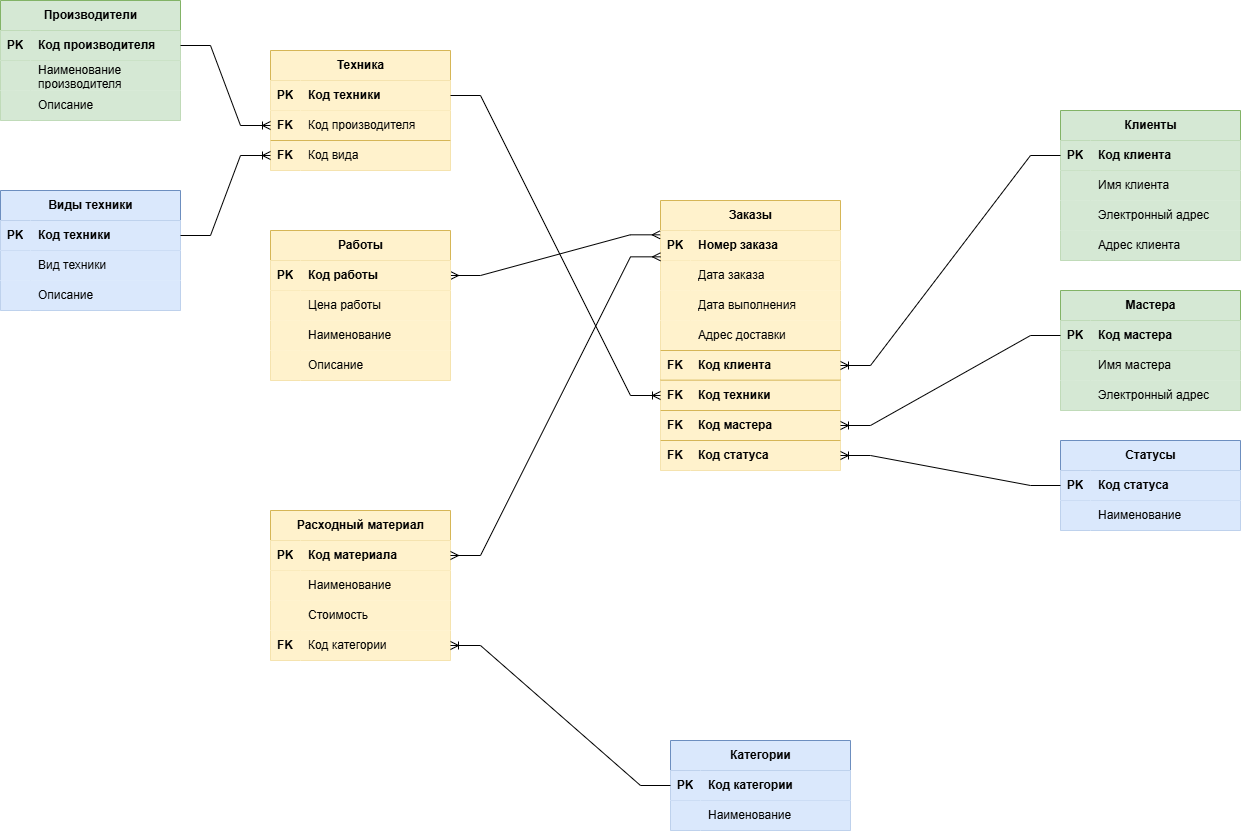
Before: logical.png, a diagram exported from draw.io (idBulenkoIvan/database_design). Source tidied: cells renumbered, new cells last; positions are measured from the earlier drawing's top-left corner, leaving out a move shared by most shapes.
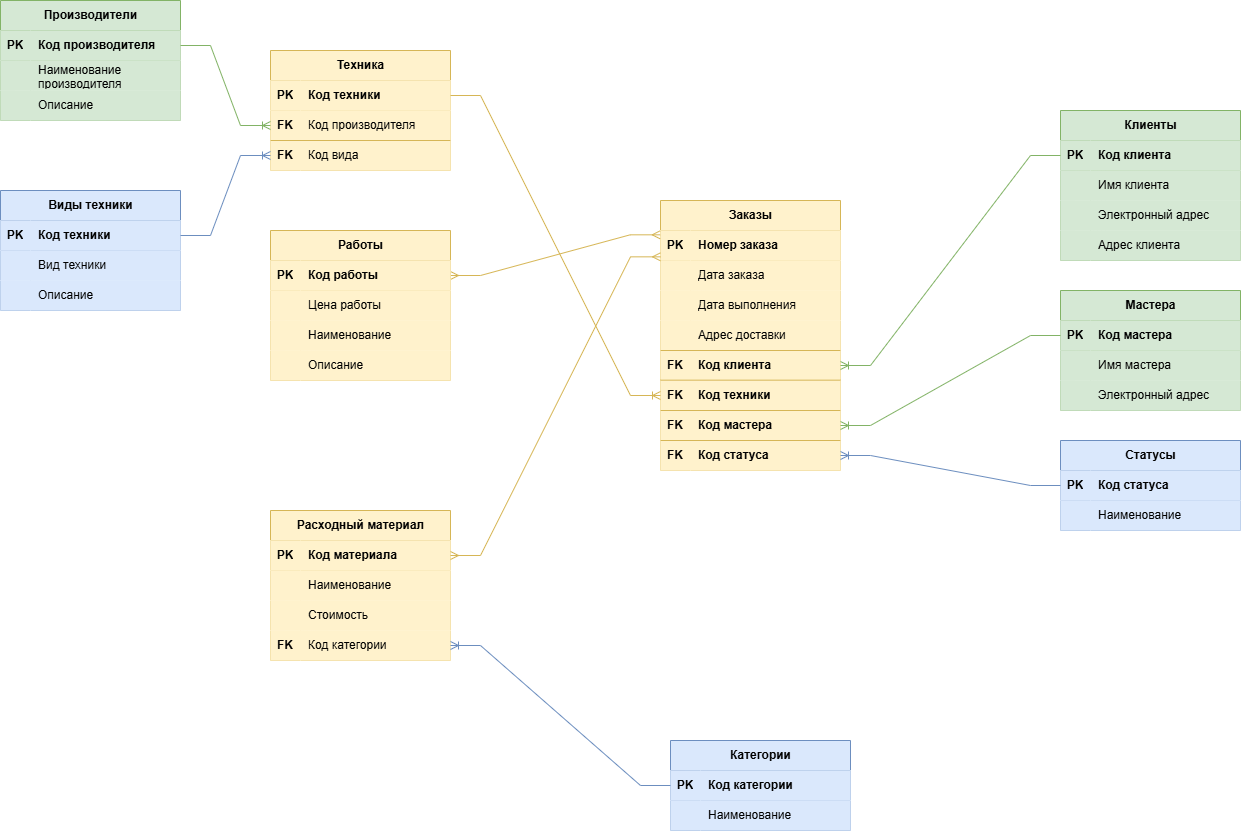
Above is the later version.

The edit, as a diff of the source:
```diff
@@ -173,13 +173,13 @@
     <mxCell id="57" value="Наименование" style="shape=partialRectangle;fillColor=#dae8fc;top=0;left=0;bottom=0;right=0;align=left;spacingLeft=6;overflow=hidden;whiteSpace=wrap;html=1;strokeColor=#6c8ebf;" parent="55" vertex="1">
       <mxGeometry x="30" width="150" height="30" as="geometry" />
     </mxCell>
-    <mxCell id="58" style="edgeStyle=entityRelationEdgeStyle;fontSize=12;html=1;endArrow=ERoneToMany;rounded=0;entryX=1;entryY=0.5;entryDx=0;entryDy=0;exitX=0;exitY=0.5;exitDx=0;exitDy=0;" parent="1" edge="1" source="52" target="24">
+    <mxCell id="58" style="edgeStyle=entityRelationEdgeStyle;fontSize=12;html=1;endArrow=ERoneToMany;rounded=0;entryX=1;entryY=0.5;entryDx=0;entryDy=0;exitX=0;exitY=0.5;exitDx=0;exitDy=0;fillColor=#dae8fc;strokeColor=#6c8ebf;" parent="1" edge="1" source="52" target="24">
       <mxGeometry relative="1" as="geometry" />
     </mxCell>
-    <mxCell id="59" style="edgeStyle=entityRelationEdgeStyle;fontSize=12;html=1;endArrow=ERoneToMany;rounded=0;exitX=0;exitY=0.5;exitDx=0;exitDy=0;entryX=1;entryY=0.5;entryDx=0;entryDy=0;" parent="1" edge="1" source="29" target="15">
+    <mxCell id="59" style="edgeStyle=entityRelationEdgeStyle;fontSize=12;html=1;endArrow=ERoneToMany;rounded=0;exitX=0;exitY=0.5;exitDx=0;exitDy=0;entryX=1;entryY=0.5;entryDx=0;entryDy=0;fillColor=#d5e8d4;strokeColor=#82b366;" parent="1" edge="1" source="29" target="15">
       <mxGeometry relative="1" as="geometry" />
     </mxCell>
-    <mxCell id="60" style="edgeStyle=entityRelationEdgeStyle;fontSize=12;html=1;endArrow=ERoneToMany;rounded=0;exitX=0;exitY=0.5;exitDx=0;exitDy=0;entryX=1;entryY=0.5;entryDx=0;entryDy=0;" parent="1" edge="1" source="42" target="21">
+    <mxCell id="60" style="edgeStyle=entityRelationEdgeStyle;fontSize=12;html=1;endArrow=ERoneToMany;rounded=0;exitX=0;exitY=0.5;exitDx=0;exitDy=0;entryX=1;entryY=0.5;entryDx=0;entryDy=0;fillColor=#d5e8d4;strokeColor=#82b366;" parent="1" edge="1" source="42" target="21">
       <mxGeometry relative="1" as="geometry" />
     </mxCell>
     <mxCell id="61" value="Техника" style="shape=table;startSize=30;rowLines=0;fontStyle=1;align=center;html=1;fillColor=#fff2cc;strokeColor=#d6b656;" parent="1" vertex="1">
@@ -212,7 +212,7 @@
     <mxCell id="70" value="Код вида" style="shape=partialRectangle;fillColor=#fff2cc;top=0;left=0;bottom=0;right=0;align=left;spacingLeft=6;overflow=hidden;whiteSpace=wrap;html=1;strokeColor=#d6b656;" parent="68" vertex="1">
       <mxGeometry x="30" width="150" height="30" as="geometry" />
     </mxCell>
-    <mxCell id="71" style="edgeStyle=entityRelationEdgeStyle;fontSize=12;html=1;endArrow=ERoneToMany;rounded=0;exitX=1;exitY=0.5;exitDx=0;exitDy=0;entryX=0;entryY=0.5;entryDx=0;entryDy=0;" parent="1" edge="1" source="62" target="18">
+    <mxCell id="71" style="edgeStyle=entityRelationEdgeStyle;fontSize=12;html=1;endArrow=ERoneToMany;rounded=0;exitX=1;exitY=0.5;exitDx=0;exitDy=0;entryX=0;entryY=0.5;entryDx=0;entryDy=0;fillColor=#fff2cc;strokeColor=#d6b656;" parent="1" edge="1" source="62" target="18">
       <mxGeometry relative="1" as="geometry" />
     </mxCell>
     <mxCell id="72" value="Производители" style="shape=table;startSize=30;rowLines=0;fontStyle=1;align=center;html=1;fillColor=#d5e8d4;strokeColor=#82b366;" parent="1" vertex="1">
@@ -245,7 +245,7 @@
     <mxCell id="81" value="Описание" style="shape=partialRectangle;fillColor=#d5e8d4;top=0;left=0;bottom=0;right=0;align=left;spacingLeft=6;overflow=hidden;whiteSpace=wrap;html=1;strokeColor=#82b366;" parent="79" vertex="1">
       <mxGeometry x="30" width="150" height="30" as="geometry" />
     </mxCell>
-    <mxCell id="82" style="edgeStyle=entityRelationEdgeStyle;fontSize=12;html=1;endArrow=ERoneToMany;rounded=0;exitX=1;exitY=0.5;exitDx=0;exitDy=0;entryX=0;entryY=0.5;entryDx=0;entryDy=0;" parent="1" edge="1" source="73" target="65">
+    <mxCell id="82" style="edgeStyle=entityRelationEdgeStyle;fontSize=12;html=1;endArrow=ERoneToMany;rounded=0;exitX=1;exitY=0.5;exitDx=0;exitDy=0;entryX=0;entryY=0.5;entryDx=0;entryDy=0;fillColor=#d5e8d4;strokeColor=#82b366;" parent="1" edge="1" source="73" target="65">
       <mxGeometry relative="1" as="geometry" />
     </mxCell>
     <mxCell id="83" value="Виды техники" style="shape=table;startSize=30;rowLines=0;fontStyle=1;align=center;html=1;fillColor=#dae8fc;strokeColor=#6c8ebf;" parent="1" vertex="1">
@@ -278,10 +278,10 @@
     <mxCell id="92" value="Описание" style="shape=partialRectangle;fillColor=#dae8fc;top=0;left=0;bottom=0;right=0;align=left;spacingLeft=6;overflow=hidden;whiteSpace=wrap;html=1;strokeColor=#6c8ebf;" parent="90" vertex="1">
       <mxGeometry x="30" width="150" height="30" as="geometry" />
     </mxCell>
-    <mxCell id="93" style="edgeStyle=entityRelationEdgeStyle;fontSize=12;html=1;endArrow=ERoneToMany;rounded=0;exitX=1;exitY=0.5;exitDx=0;exitDy=0;entryX=0;entryY=0.5;entryDx=0;entryDy=0;" parent="1" edge="1" source="84" target="68">
+    <mxCell id="93" style="edgeStyle=entityRelationEdgeStyle;fontSize=12;html=1;endArrow=ERoneToMany;rounded=0;exitX=1;exitY=0.5;exitDx=0;exitDy=0;entryX=0;entryY=0.5;entryDx=0;entryDy=0;fillColor=#dae8fc;strokeColor=#6c8ebf;" parent="1" edge="1" source="84" target="68">
       <mxGeometry relative="1" as="geometry" />
     </mxCell>
-    <mxCell id="94" style="edgeStyle=entityRelationEdgeStyle;fontSize=12;html=1;endArrow=ERmany;startArrow=ERmany;rounded=0;exitX=1;exitY=0.5;exitDx=0;exitDy=0;entryX=-0.002;entryY=0.144;entryDx=0;entryDy=0;entryPerimeter=0;" parent="1" edge="1" source="96" target="3">
+    <mxCell id="94" style="edgeStyle=entityRelationEdgeStyle;fontSize=12;html=1;endArrow=ERmany;startArrow=ERmany;rounded=0;exitX=1;exitY=0.5;exitDx=0;exitDy=0;entryX=-0.002;entryY=0.144;entryDx=0;entryDy=0;entryPerimeter=0;fillColor=#fff2cc;strokeColor=#d6b656;" parent="1" edge="1" source="96" target="3">
       <mxGeometry relative="1" as="geometry" />
     </mxCell>
     <mxCell id="95" value="Работы" style="shape=table;startSize=30;rowLines=0;fontStyle=1;align=center;html=1;fillColor=#fff2cc;strokeColor=#d6b656;" parent="1" vertex="1">
@@ -383,10 +383,10 @@
     <mxCell id="127" value="Наименование" style="shape=partialRectangle;fillColor=#dae8fc;top=0;left=0;bottom=0;right=0;align=left;spacingLeft=6;overflow=hidden;whiteSpace=wrap;html=1;strokeColor=#6c8ebf;" parent="125" vertex="1">
       <mxGeometry x="30" width="150" height="30" as="geometry" />
     </mxCell>
-    <mxCell id="128" style="edgeStyle=entityRelationEdgeStyle;fontSize=12;html=1;endArrow=ERoneToMany;rounded=0;exitX=0;exitY=0.5;exitDx=0;exitDy=0;entryX=1;entryY=0.5;entryDx=0;entryDy=0;" parent="1" edge="1" source="122" target="118">
+    <mxCell id="128" style="edgeStyle=entityRelationEdgeStyle;fontSize=12;html=1;endArrow=ERoneToMany;rounded=0;exitX=0;exitY=0.5;exitDx=0;exitDy=0;entryX=1;entryY=0.5;entryDx=0;entryDy=0;fillColor=#dae8fc;strokeColor=#6c8ebf;" parent="1" edge="1" source="122" target="118">
       <mxGeometry relative="1" as="geometry" />
     </mxCell>
-    <mxCell id="129" style="edgeStyle=entityRelationEdgeStyle;fontSize=12;html=1;endArrow=ERmany;startArrow=ERmany;rounded=0;exitX=1;exitY=0.5;exitDx=0;exitDy=0;entryX=0;entryY=0.878;entryDx=0;entryDy=0;entryPerimeter=0;" parent="1" edge="1" source="109" target="3">
+    <mxCell id="129" style="edgeStyle=entityRelationEdgeStyle;fontSize=12;html=1;endArrow=ERmany;startArrow=ERmany;rounded=0;exitX=1;exitY=0.5;exitDx=0;exitDy=0;entryX=0;entryY=0.878;entryDx=0;entryDy=0;entryPerimeter=0;fillColor=#fff2cc;strokeColor=#d6b656;" parent="1" edge="1" source="109" target="3">
       <mxGeometry relative="1" as="geometry" />
     </mxCell>
     <mxCell id="130" style="endArrow=none;html=1;rounded=0;fillColor=#fff2cc;strokeColor=#d6b656;" parent="1" edge="1">
```
